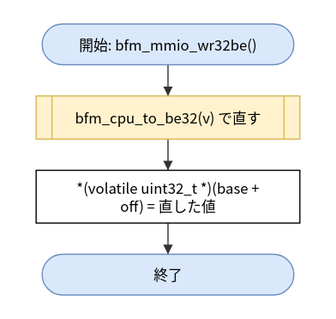
hf355051012-ai/bfmem keeps this draw.io diagram as doc/spec/images/flow_include_bfm_port__bfm_mmio_wr32be.drawio.svg. Above is the earlier version. Source tidied: cells renumbered, new cells last; positions are measured from the earlier drawing's top-left corner, leaving out a move shared by most shapes. The source it was exported from:
```xml
<mxGraphModel>
  <root>
    <mxCell id="0" />
    <mxCell id="1" parent="0" />
    <mxCell id="2" value="開始: bfm_mmio_wr32be()" style="rounded=1;arcSize=50;whiteSpace=wrap;html=1;fillColor=#dae8fc;strokeColor=#6c8ebf;" parent="1" vertex="1">
      <mxGeometry x="5" width="210" height="34" as="geometry" />
    </mxCell>
    <mxCell id="3" value="bfm_cpu_to_be32(v) で直す" style="shape=process;whiteSpace=wrap;html=1;backgroundOutline=1;size=0.06;fillColor=#fff2cc;strokeColor=#d6b656;" parent="1" vertex="1">
      <mxGeometry y="60" width="220" height="36" as="geometry" />
    </mxCell>
    <mxCell id="4" value="*(volatile uint32_t *)(base +&lt;br&gt;off) = 直した値" style="rounded=0;whiteSpace=wrap;html=1;" parent="1" vertex="1">
      <mxGeometry y="122" width="220" height="44" as="geometry" />
    </mxCell>
    <mxCell id="5" value="終了" style="rounded=1;arcSize=50;whiteSpace=wrap;html=1;fillColor=#dae8fc;strokeColor=#6c8ebf;" parent="1" vertex="1">
      <mxGeometry x="5" y="192" width="210" height="34" as="geometry" />
    </mxCell>
    <mxCell id="6" style="edgeStyle=none;html=1;rounded=0;endArrow=block;endFill=1;exitX=0.5000;exitY=1.0000;exitDx=0;exitDy=0;exitPerimeter=0;entryX=0.5000;entryY=0.0000;entryDx=0;entryDy=0;entryPerimeter=0;" parent="1" edge="1" source="2" target="3">
      <mxGeometry relative="1" as="geometry" />
    </mxCell>
    <mxCell id="7" style="edgeStyle=none;html=1;rounded=0;endArrow=block;endFill=1;exitX=0.5000;exitY=1.0000;exitDx=0;exitDy=0;exitPerimeter=0;entryX=0.5000;entryY=0.0000;entryDx=0;entryDy=0;entryPerimeter=0;" parent="1" edge="1" source="3" target="4">
      <mxGeometry relative="1" as="geometry" />
    </mxCell>
    <mxCell id="8" style="edgeStyle=none;html=1;rounded=0;endArrow=block;endFill=1;exitX=0.5000;exitY=1.0000;exitDx=0;exitDy=0;exitPerimeter=0;entryX=0.5000;entryY=0.0000;entryDx=0;entryDy=0;entryPerimeter=0;" parent="1" edge="1" source="4" target="5">
      <mxGeometry relative="1" as="geometry" />
    </mxCell>
  </root>
</mxGraphModel>
```
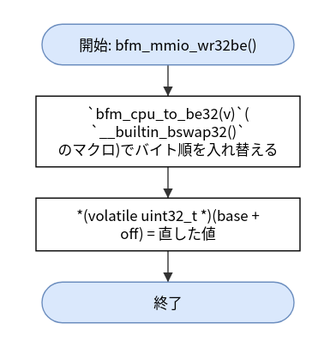
After the commit.

Diff of the diagram source:
```diff
@@ -5,14 +5,14 @@
     <mxCell id="2" value="開始: bfm_mmio_wr32be()" style="rounded=1;arcSize=50;whiteSpace=wrap;html=1;fillColor=#dae8fc;strokeColor=#6c8ebf;" parent="1" vertex="1">
       <mxGeometry x="5" width="210" height="34" as="geometry" />
     </mxCell>
-    <mxCell id="3" value="bfm_cpu_to_be32(v) で直す" style="shape=process;whiteSpace=wrap;html=1;backgroundOutline=1;size=0.06;fillColor=#fff2cc;strokeColor=#d6b656;" parent="1" vertex="1">
-      <mxGeometry y="60" width="220" height="36" as="geometry" />
+    <mxCell id="3" value="`bfm_cpu_to_be32(v)`(&lt;br&gt;`__builtin_bswap32()`&lt;br&gt;のマクロ)でバイト順を入れ替える" style="rounded=0;whiteSpace=wrap;html=1;" parent="1" vertex="1">
+      <mxGeometry y="60" width="220" height="59" as="geometry" />
     </mxCell>
     <mxCell id="4" value="*(volatile uint32_t *)(base +&lt;br&gt;off) = 直した値" style="rounded=0;whiteSpace=wrap;html=1;" parent="1" vertex="1">
-      <mxGeometry y="122" width="220" height="44" as="geometry" />
+      <mxGeometry y="145" width="220" height="44" as="geometry" />
     </mxCell>
     <mxCell id="5" value="終了" style="rounded=1;arcSize=50;whiteSpace=wrap;html=1;fillColor=#dae8fc;strokeColor=#6c8ebf;" parent="1" vertex="1">
-      <mxGeometry x="5" y="192" width="210" height="34" as="geometry" />
+      <mxGeometry x="5" y="215" width="210" height="34" as="geometry" />
     </mxCell>
     <mxCell id="6" style="edgeStyle=none;html=1;rounded=0;endArrow=block;endFill=1;exitX=0.5000;exitY=1.0000;exitDx=0;exitDy=0;exitPerimeter=0;entryX=0.5000;entryY=0.0000;entryDx=0;entryDy=0;entryPerimeter=0;" parent="1" edge="1" source="2" target="3">
       <mxGeometry relative="1" as="geometry" />
```
